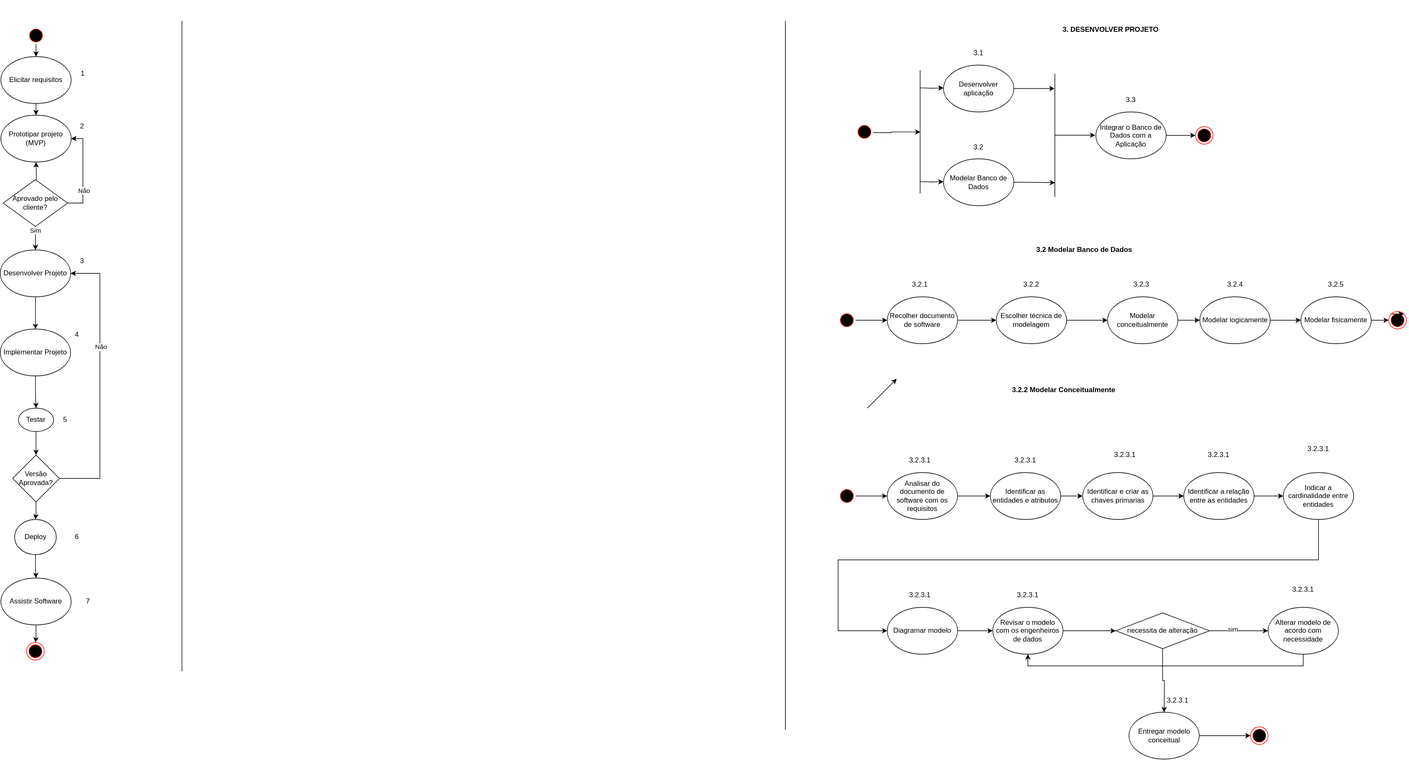
t-aaago/EngSoft keeps this draw.io diagram as Atividade1_database.drawio.svg. Above is the earlier version. Source tidied: cells renumbered, new cells last; positions are measured from the earlier drawing's top-left corner, leaving out a move shared by most shapes.
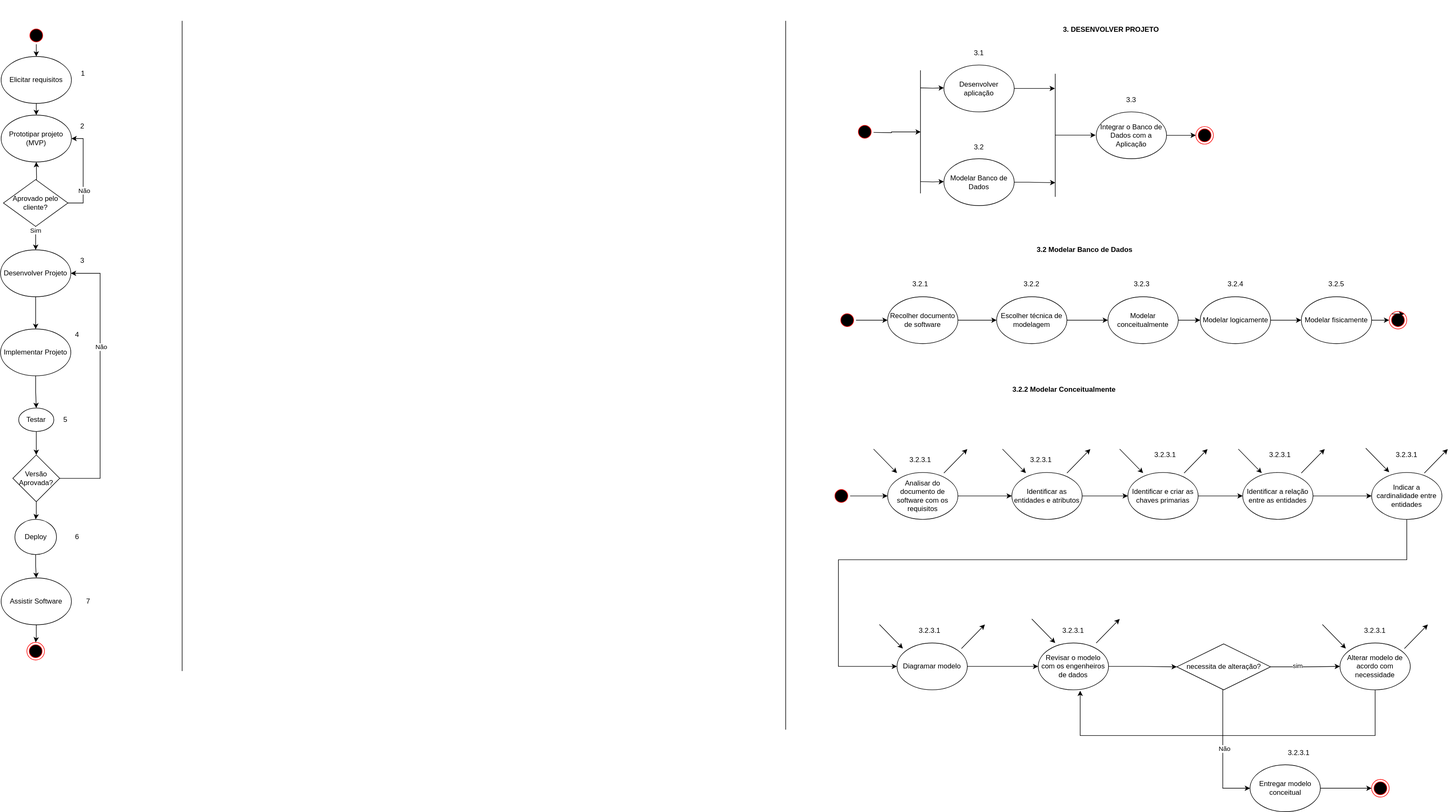
Later version of the same file.

What changed in the source:
```diff
@@ -241,7 +241,7 @@
       <mxGeometry relative="1" as="geometry" />
     </mxCell>
     <mxCell id="73" style="ellipse;html=1;shape=startState;fillColor=#000000;strokeColor=#ff0000;" parent="1" vertex="1">
-      <mxGeometry x="1430" y="832" width="30" height="30" as="geometry" />
+      <mxGeometry x="1420" y="832" width="30" height="30" as="geometry" />
     </mxCell>
     <mxCell id="74" style="edgeStyle=orthogonalEdgeStyle;rounded=0;jettySize=auto;html=1;" parent="1" edge="1" source="75" target="78">
       <mxGeometry relative="1" as="geometry" />
@@ -256,7 +256,7 @@
       <mxGeometry relative="1" as="geometry" />
     </mxCell>
     <mxCell id="78" value="Identificar as entidades e atributos" style="ellipse;whiteSpace=wrap;html=1;" parent="1" vertex="1">
-      <mxGeometry x="1690" y="807" width="120" height="80" as="geometry" />
+      <mxGeometry x="1726" y="807" width="120" height="80" as="geometry" />
     </mxCell>
     <mxCell id="79" style="edgeStyle=orthogonalEdgeStyle;rounded=0;jettySize=auto;html=1;" parent="1" edge="1" source="80" target="60">
       <mxGeometry relative="1" as="geometry" />
@@ -274,37 +274,37 @@
       <mxGeometry relative="1" as="geometry" />
     </mxCell>
     <mxCell id="84" value="Identificar e criar as chaves primarias" style="ellipse;whiteSpace=wrap;html=1;" parent="1" vertex="1">
-      <mxGeometry x="1847.5" y="807" width="120" height="80" as="geometry" />
+      <mxGeometry x="1924" y="807" width="120" height="80" as="geometry" />
     </mxCell>
     <mxCell id="85" style="edgeStyle=orthogonalEdgeStyle;rounded=0;jettySize=auto;html=1;" parent="1" edge="1" source="86" target="88">
       <mxGeometry relative="1" as="geometry" />
     </mxCell>
     <mxCell id="86" value="Identificar a relação entre as entidades" style="ellipse;whiteSpace=wrap;html=1;" parent="1" vertex="1">
-      <mxGeometry x="2020" y="807" width="120" height="80" as="geometry" />
+      <mxGeometry x="2120" y="807" width="120" height="80" as="geometry" />
     </mxCell>
     <mxCell id="87" style="edgeStyle=orthogonalEdgeStyle;rounded=0;jettySize=auto;html=1;entryX=0;entryY=0.5;entryDx=0;entryDy=0;" parent="1" edge="1" source="88" target="90">
       <mxGeometry relative="1" as="geometry">
         <Array as="points">
-          <mxPoint x="2250" y="956" />
+          <mxPoint x="2400" y="956" />
           <mxPoint x="1430" y="956" />
-          <mxPoint x="1430" y="1077" />
+          <mxPoint x="1430" y="1138" />
         </Array>
       </mxGeometry>
     </mxCell>
     <mxCell id="88" value="Indicar a cardinalidade entre entidades" style="ellipse;whiteSpace=wrap;html=1;" parent="1" vertex="1">
-      <mxGeometry x="2190" y="807" width="120" height="80" as="geometry" />
+      <mxGeometry x="2340" y="807" width="120" height="80" as="geometry" />
     </mxCell>
     <mxCell id="89" style="edgeStyle=orthogonalEdgeStyle;rounded=0;jettySize=auto;html=1;" parent="1" edge="1" source="90" target="92">
       <mxGeometry relative="1" as="geometry" />
     </mxCell>
     <mxCell id="90" value="Diagramar modelo" style="ellipse;whiteSpace=wrap;html=1;" parent="1" vertex="1">
-      <mxGeometry x="1514" y="1037" width="120" height="80" as="geometry" />
+      <mxGeometry x="1530" y="1098" width="120" height="80" as="geometry" />
     </mxCell>
     <mxCell id="91" style="edgeStyle=orthogonalEdgeStyle;rounded=0;jettySize=auto;html=1;" parent="1" edge="1" source="92" target="96">
       <mxGeometry relative="1" as="geometry" />
     </mxCell>
     <mxCell id="92" value="Revisar o modelo com os engenheiros de dados" style="ellipse;whiteSpace=wrap;html=1;" parent="1" vertex="1">
-      <mxGeometry x="1694" y="1037" width="120" height="80" as="geometry" />
+      <mxGeometry x="1771" y="1098" width="120" height="80" as="geometry" />
     </mxCell>
     <mxCell id="93" style="edgeStyle=orthogonalEdgeStyle;rounded=0;jettySize=auto;html=1;" parent="1" edge="1" source="96" target="98">
       <mxGeometry relative="1" as="geometry" />
@@ -315,63 +315,158 @@
     <mxCell id="95" style="edgeStyle=orthogonalEdgeStyle;rounded=0;jettySize=auto;html=1;" parent="1" edge="1" source="96" target="100">
       <mxGeometry relative="1" as="geometry">
         <Array as="points">
-          <mxPoint x="1984" y="1162" />
-          <mxPoint x="1987" y="1162" />
+          <mxPoint x="2086" y="1346" />
         </Array>
       </mxGeometry>
     </mxCell>
+    <mxCell id="111" value="Não" style="edgeLabel;html=1;align=center;verticalAlign=middle;" parent="95" vertex="1">
+      <mxGeometry x="-0.06" y="3" relative="1" as="geometry" />
+    </mxCell>
-    <mxCell id="96" value="necessita de alteração" style="rhombus;whiteSpace=wrap;html=1;" parent="1" vertex="1">
-      <mxGeometry x="1904" y="1046.5" width="160" height="61" as="geometry" />
+    <mxCell id="96" value="necessita de alteração?" style="rhombus;whiteSpace=wrap;html=1;" parent="1" vertex="1">
+      <mxGeometry x="2007.5" y="1099.5" width="160" height="78.5" as="geometry" />
     </mxCell>
-    <mxCell id="97" style="edgeStyle=orthogonalEdgeStyle;rounded=0;jettySize=auto;html=1;entryX=0.5;entryY=1;entryDx=0;entryDy=0;" parent="1" edge="1" source="98" target="92">
-      <mxGeometry relative="1" as="geometry">
-        <Array as="points">
-          <mxPoint x="2224" y="1137" />
-          <mxPoint x="1754" y="1137" />
-        </Array>
-      </mxGeometry>
-    </mxCell>
     <mxCell id="98" value="Alterar modelo de acordo com necessidade" style="ellipse;whiteSpace=wrap;html=1;" parent="1" vertex="1">
-      <mxGeometry x="2164" y="1037" width="120" height="80" as="geometry" />
+      <mxGeometry x="2286" y="1098" width="120" height="80" as="geometry" />
     </mxCell>
     <mxCell id="99" style="edgeStyle=orthogonalEdgeStyle;rounded=0;jettySize=auto;html=1;" parent="1" edge="1" source="100" target="101">
       <mxGeometry relative="1" as="geometry" />
     </mxCell>
     <mxCell id="100" value="Entregar modelo conceitual" style="ellipse;whiteSpace=wrap;html=1;" parent="1" vertex="1">
-      <mxGeometry x="1926.5" y="1216" width="120" height="80" as="geometry" />
+      <mxGeometry x="2132.5" y="1306" width="120" height="80" as="geometry" />
     </mxCell>
     <mxCell id="101" style="ellipse;html=1;shape=endState;fillColor=#000000;strokeColor=#ff0000;" parent="1" vertex="1">
-      <mxGeometry x="2134" y="1241" width="30" height="30" as="geometry" />
+      <mxGeometry x="2340" y="1331" width="30" height="30" as="geometry" />
     </mxCell>
     <mxCell id="102" value="3.2.3.1" style="text;html=1;align=center;verticalAlign=middle;whiteSpace=wrap;rounded=0;" parent="1" vertex="1">
-      <mxGeometry x="1730" y="776" width="40" height="20" as="geometry" />
+      <mxGeometry x="1756" y="776" width="40" height="20" as="geometry" />
     </mxCell>
     <mxCell id="103" value="3.2.3.1" style="text;html=1;align=center;verticalAlign=middle;whiteSpace=wrap;rounded=0;" parent="1" vertex="1">
-      <mxGeometry x="1900" y="767" width="40" height="20" as="geometry" />
+      <mxGeometry x="1967.5" y="767" width="40" height="20" as="geometry" />
     </mxCell>
     <mxCell id="104" value="3.2.3.1" style="text;html=1;align=center;verticalAlign=middle;whiteSpace=wrap;rounded=0;" parent="1" vertex="1">
-      <mxGeometry x="2060" y="767" width="40" height="20" as="geometry" />
+      <mxGeometry x="2164" y="767" width="40" height="20" as="geometry" />
     </mxCell>
     <mxCell id="105" value="3.2.3.1" style="text;html=1;align=center;verticalAlign=middle;whiteSpace=wrap;rounded=0;" parent="1" vertex="1">
-      <mxGeometry x="2230" y="757" width="40" height="20" as="geometry" />
+      <mxGeometry x="2380" y="767" width="40" height="20" as="geometry" />
     </mxCell>
     <mxCell id="106" value="3.2.3.1" style="text;html=1;align=center;verticalAlign=middle;whiteSpace=wrap;rounded=0;" parent="1" vertex="1">
-      <mxGeometry x="1734" y="1006" width="40" height="20" as="geometry" />
+      <mxGeometry x="1811" y="1067" width="40" height="20" as="geometry" />
     </mxCell>
     <mxCell id="107" value="3.2.3.1" style="text;html=1;align=center;verticalAlign=middle;whiteSpace=wrap;rounded=0;" parent="1" vertex="1">
-      <mxGeometry x="1550" y="1006" width="40" height="20" as="geometry" />
+      <mxGeometry x="1566" y="1067" width="40" height="20" as="geometry" />
     </mxCell>
     <mxCell id="108" value="3.2.3.1" style="text;html=1;align=center;verticalAlign=middle;whiteSpace=wrap;rounded=0;" parent="1" vertex="1">
-      <mxGeometry x="2204" y="997" width="40" height="20" as="geometry" />
+      <mxGeometry x="2326" y="1067" width="40" height="20" as="geometry" />
     </mxCell>
     <mxCell id="109" value="3.2.3.1" style="text;html=1;align=center;verticalAlign=middle;whiteSpace=wrap;rounded=0;" parent="1" vertex="1">
-      <mxGeometry x="1990" y="1186" width="40" height="20" as="geometry" />
+      <mxGeometry x="2196" y="1276" width="40" height="20" as="geometry" />
     </mxCell>
     <mxCell id="110" style="endArrow=classic;html=1;rounded=0;" parent="1" edge="1">
       <mxGeometry relative="1" as="geometry">
-        <mxPoint x="1480" y="697" as="sourcePoint" />
-        <mxPoint x="1530" y="647" as="targetPoint" />
+        <mxPoint x="1490" y="767" as="sourcePoint" />
+        <mxPoint x="1530" y="808" as="targetPoint" />
       </mxGeometry>
     </mxCell>
+    <mxCell id="112" style="endArrow=classic;html=1;rounded=0;" parent="1" edge="1">
+      <mxGeometry relative="1" as="geometry">
+        <mxPoint x="1610" y="808" as="sourcePoint" />
+        <mxPoint x="1650" y="767" as="targetPoint" />
+      </mxGeometry>
+    </mxCell>
+    <mxCell id="113" style="endArrow=classic;html=1;rounded=0;" parent="1" edge="1">
+      <mxGeometry relative="1" as="geometry">
+        <mxPoint x="1710" y="767" as="sourcePoint" />
+        <mxPoint x="1750" y="808" as="targetPoint" />
+      </mxGeometry>
+    </mxCell>
+    <mxCell id="114" style="endArrow=classic;html=1;rounded=0;" parent="1" edge="1">
+      <mxGeometry relative="1" as="geometry">
+        <mxPoint x="1820" y="808" as="sourcePoint" />
+        <mxPoint x="1860" y="767" as="targetPoint" />
+      </mxGeometry>
+    </mxCell>
+    <mxCell id="115" style="endArrow=classic;html=1;rounded=0;" parent="1" edge="1">
+      <mxGeometry relative="1" as="geometry">
+        <mxPoint x="1910" y="767" as="sourcePoint" />
+        <mxPoint x="1950" y="808" as="targetPoint" />
+      </mxGeometry>
+    </mxCell>
+    <mxCell id="116" style="endArrow=classic;html=1;rounded=0;" parent="1" edge="1">
+      <mxGeometry relative="1" as="geometry">
+        <mxPoint x="2020" y="808" as="sourcePoint" />
+        <mxPoint x="2060" y="767" as="targetPoint" />
+      </mxGeometry>
+    </mxCell>
+    <mxCell id="117" style="endArrow=classic;html=1;rounded=0;" parent="1" edge="1">
+      <mxGeometry relative="1" as="geometry">
+        <mxPoint x="2112.5" y="767" as="sourcePoint" />
+        <mxPoint x="2152.5" y="808" as="targetPoint" />
+        <Array as="points">
+          <mxPoint x="2152.5" y="808" />
+        </Array>
+      </mxGeometry>
+    </mxCell>
+    <mxCell id="118" style="endArrow=classic;html=1;rounded=0;" parent="1" edge="1">
+      <mxGeometry relative="1" as="geometry">
+        <mxPoint x="2220" y="808" as="sourcePoint" />
+        <mxPoint x="2260" y="767" as="targetPoint" />
+      </mxGeometry>
+    </mxCell>
+    <mxCell id="119" style="endArrow=classic;html=1;rounded=0;" parent="1" edge="1">
+      <mxGeometry relative="1" as="geometry">
+        <mxPoint x="2330" y="765.5" as="sourcePoint" />
+        <mxPoint x="2370" y="806.5" as="targetPoint" />
+      </mxGeometry>
+    </mxCell>
+    <mxCell id="120" style="endArrow=classic;html=1;rounded=0;" parent="1" edge="1">
+      <mxGeometry relative="1" as="geometry">
+        <mxPoint x="2430" y="808" as="sourcePoint" />
+        <mxPoint x="2470" y="767" as="targetPoint" />
+      </mxGeometry>
+    </mxCell>
+    <mxCell id="121" style="endArrow=classic;html=1;rounded=0;" parent="1" edge="1">
+      <mxGeometry relative="1" as="geometry">
+        <mxPoint x="1500" y="1066.5" as="sourcePoint" />
+        <mxPoint x="1540" y="1107.5" as="targetPoint" />
+      </mxGeometry>
+    </mxCell>
+    <mxCell id="122" style="endArrow=classic;html=1;rounded=0;" parent="1" edge="1">
+      <mxGeometry relative="1" as="geometry">
+        <mxPoint x="1640" y="1107.5" as="sourcePoint" />
+        <mxPoint x="1680" y="1066.5" as="targetPoint" />
+      </mxGeometry>
+    </mxCell>
+    <mxCell id="123" style="endArrow=classic;html=1;rounded=0;" parent="1" edge="1">
+      <mxGeometry relative="1" as="geometry">
+        <mxPoint x="1760" y="1057" as="sourcePoint" />
+        <mxPoint x="1800" y="1098" as="targetPoint" />
+      </mxGeometry>
+    </mxCell>
+    <mxCell id="124" style="endArrow=classic;html=1;rounded=0;" parent="1" edge="1">
+      <mxGeometry relative="1" as="geometry">
+        <mxPoint x="1870" y="1098" as="sourcePoint" />
+        <mxPoint x="1910" y="1057" as="targetPoint" />
+      </mxGeometry>
+    </mxCell>
+    <mxCell id="125" style="endArrow=classic;html=1;rounded=0;" parent="1" edge="1">
+      <mxGeometry relative="1" as="geometry">
+        <mxPoint x="2256" y="1066.5" as="sourcePoint" />
+        <mxPoint x="2296" y="1107.5" as="targetPoint" />
+      </mxGeometry>
+    </mxCell>
+    <mxCell id="126" style="endArrow=classic;html=1;rounded=0;" parent="1" edge="1">
+      <mxGeometry relative="1" as="geometry">
+        <mxPoint x="2396" y="1107.5" as="sourcePoint" />
+        <mxPoint x="2436" y="1066.5" as="targetPoint" />
+      </mxGeometry>
+    </mxCell>
+    <mxCell id="97" style="edgeStyle=orthogonalEdgeStyle;rounded=0;jettySize=auto;html=1;entryX=0.597;entryY=1.018;entryDx=0;entryDy=0;entryPerimeter=0;" parent="1" edge="1" source="98" target="92">
+      <mxGeometry relative="1" as="geometry">
+        <Array as="points">
+          <mxPoint x="2346" y="1256" />
+          <mxPoint x="1843" y="1256" />
+        </Array>
+      </mxGeometry>
+    </mxCell>
   </root>
 </mxGraphModel>
```
